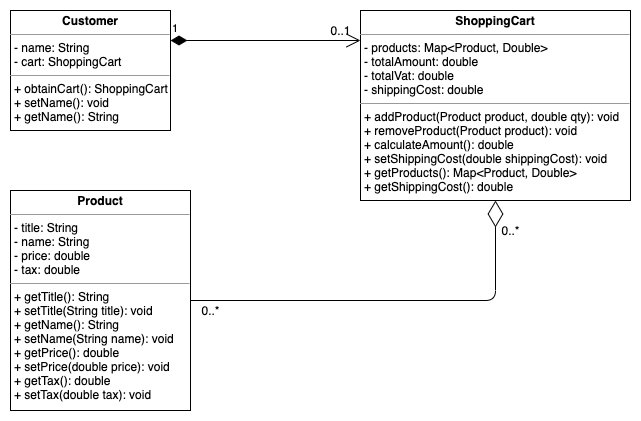
Before: shopping-cart.png, a diagram exported from draw.io (pramodya1994/simple-shopping-cart). Source tidied: cells renumbered, new cells last; positions are measured from the earlier drawing's top-left corner, leaving out a move shared by most shapes. Its diagram source:
```xml
<mxGraphModel>
  <root>
    <mxCell id="0" />
    <mxCell id="1" parent="0" />
    <mxCell id="2" value="&lt;p style=&quot;margin: 0px ; margin-top: 4px ; text-align: center&quot;&gt;&lt;b&gt;Customer&lt;/b&gt;&lt;/p&gt;&lt;hr size=&quot;1&quot;&gt;&lt;p style=&quot;margin: 0px ; margin-left: 4px&quot;&gt;- name: String&lt;/p&gt;&lt;p style=&quot;margin: 0px ; margin-left: 4px&quot;&gt;- cart: ShoppingCart&lt;/p&gt;&lt;hr size=&quot;1&quot;&gt;&lt;p style=&quot;margin: 0px ; margin-left: 4px&quot;&gt;+ obtainCart(): ShoppingCart&lt;/p&gt;&lt;p style=&quot;margin: 0px ; margin-left: 4px&quot;&gt;+&amp;nbsp;setName(): void&lt;/p&gt;&lt;p style=&quot;margin: 0px ; margin-left: 4px&quot;&gt;+&amp;nbsp;getName(): String&lt;/p&gt;" style="verticalAlign=top;align=left;overflow=fill;fontSize=12;fontFamily=Helvetica;html=1;" parent="1" vertex="1">
      <mxGeometry width="160" height="120" as="geometry" />
    </mxCell>
    <mxCell id="3" value="&lt;p style=&quot;margin: 0px ; margin-top: 4px ; text-align: center&quot;&gt;&lt;b&gt;ShoppingCart&lt;/b&gt;&lt;br&gt;&lt;/p&gt;&lt;hr size=&quot;1&quot;&gt;&lt;p style=&quot;margin: 0px ; margin-left: 4px&quot;&gt;- products: Map&amp;lt;Product, Double&amp;gt;&lt;/p&gt;&lt;p style=&quot;margin: 0px ; margin-left: 4px&quot;&gt;-&amp;nbsp;totalAmount: double&lt;/p&gt;&lt;p style=&quot;margin: 0px ; margin-left: 4px&quot;&gt;-&amp;nbsp;totalVat: double&lt;/p&gt;&lt;p style=&quot;margin: 0px ; margin-left: 4px&quot;&gt;-&amp;nbsp;shippingCost: double&lt;/p&gt;&lt;hr size=&quot;1&quot;&gt;&lt;p style=&quot;margin: 0px ; margin-left: 4px&quot;&gt;+ addProduct(Product product, double qty): void&lt;/p&gt;&lt;p style=&quot;margin: 0px ; margin-left: 4px&quot;&gt;+&amp;nbsp;removeProduct(Product product): void&lt;/p&gt;&lt;p style=&quot;margin: 0px ; margin-left: 4px&quot;&gt;+&amp;nbsp;calculateAmount(): double&lt;/p&gt;&lt;p style=&quot;margin: 0px ; margin-left: 4px&quot;&gt;+&amp;nbsp;setShippingCost(double shippingCost): void&lt;/p&gt;&lt;p style=&quot;margin: 0px ; margin-left: 4px&quot;&gt;+&amp;nbsp;getProducts():&amp;nbsp;Map&amp;lt;Product, Double&amp;gt;&lt;/p&gt;&lt;p style=&quot;margin: 0px ; margin-left: 4px&quot;&gt;+&amp;nbsp;getShippingCost(): double&lt;/p&gt;" style="verticalAlign=top;align=left;overflow=fill;fontSize=12;fontFamily=Helvetica;html=1;" parent="1" vertex="1">
      <mxGeometry x="350" width="270" height="190" as="geometry" />
    </mxCell>
    <mxCell id="4" style="endArrow=diamondThin;endFill=0;endSize=24;html=1;exitX=1;exitY=0.5;exitDx=0;exitDy=0;entryX=0.5;entryY=1;entryDx=0;entryDy=0;" parent="1" edge="1" source="6" target="3">
      <mxGeometry relative="1" as="geometry">
        <Array as="points">
          <mxPoint x="485" y="290" />
        </Array>
      </mxGeometry>
    </mxCell>
    <mxCell id="5" value="0..1" style="text;html=1;align=center;verticalAlign=middle;strokeColor=none;" parent="1" vertex="1">
      <mxGeometry x="310" y="10" width="40" height="20" as="geometry" />
    </mxCell>
    <mxCell id="6" value="&lt;p style=&quot;margin: 0px ; margin-top: 4px ; text-align: center&quot;&gt;&lt;b&gt;Product&lt;/b&gt;&lt;/p&gt;&lt;hr size=&quot;1&quot;&gt;&lt;p style=&quot;margin: 0px ; margin-left: 4px&quot;&gt;- title: String&lt;/p&gt;&lt;p style=&quot;margin: 0px ; margin-left: 4px&quot;&gt;- name: String&lt;br&gt;&lt;/p&gt;&lt;p style=&quot;margin: 0px ; margin-left: 4px&quot;&gt;- price: double&lt;/p&gt;&lt;p style=&quot;margin: 0px ; margin-left: 4px&quot;&gt;- tax: double&lt;/p&gt;&lt;hr size=&quot;1&quot;&gt;&lt;p style=&quot;margin: 0px ; margin-left: 4px&quot;&gt;+ getTitle(): String&lt;/p&gt;&lt;p style=&quot;margin: 0px ; margin-left: 4px&quot;&gt;+&amp;nbsp;setTitle(String title): void&lt;/p&gt;&lt;p style=&quot;margin: 0px ; margin-left: 4px&quot;&gt;+ getName(): String&lt;/p&gt;&lt;p style=&quot;margin: 0px ; margin-left: 4px&quot;&gt;+ setName(String name): void&lt;/p&gt;&lt;p style=&quot;margin: 0px ; margin-left: 4px&quot;&gt;+&amp;nbsp;getPrice(): double&lt;/p&gt;&lt;p style=&quot;margin: 0px ; margin-left: 4px&quot;&gt;+ setPrice(double price): void&lt;/p&gt;&lt;p style=&quot;margin: 0px ; margin-left: 4px&quot;&gt;+ getTax(): double&lt;/p&gt;&lt;p style=&quot;margin: 0px ; margin-left: 4px&quot;&gt;+ setTax(double tax): void&lt;/p&gt;" style="verticalAlign=top;align=left;overflow=fill;fontSize=12;fontFamily=Helvetica;html=1;" parent="1" vertex="1">
      <mxGeometry y="180" width="180" height="220" as="geometry" />
    </mxCell>
    <mxCell id="7" value="0..*" style="text;html=1;align=center;verticalAlign=middle;strokeColor=none;" parent="1" vertex="1">
      <mxGeometry x="485" y="210" width="30" height="20" as="geometry" />
    </mxCell>
    <mxCell id="8" value="0..*" style="text;html=1;align=center;verticalAlign=middle;strokeColor=none;" parent="1" vertex="1">
      <mxGeometry x="185" y="290" width="30" height="20" as="geometry" />
    </mxCell>
    <mxCell id="9" value="1" style="endArrow=open;html=1;endSize=12;startArrow=diamondThin;startSize=14;startFill=1;edgeStyle=orthogonalEdgeStyle;align=left;verticalAlign=bottom;exitX=1;exitY=0.25;exitDx=0;exitDy=0;" parent="1" edge="1" source="2">
      <mxGeometry x="-1" y="3" relative="1" as="geometry">
        <mxPoint x="350" y="30" as="targetPoint" />
      </mxGeometry>
    </mxCell>
  </root>
</mxGraphModel>
```
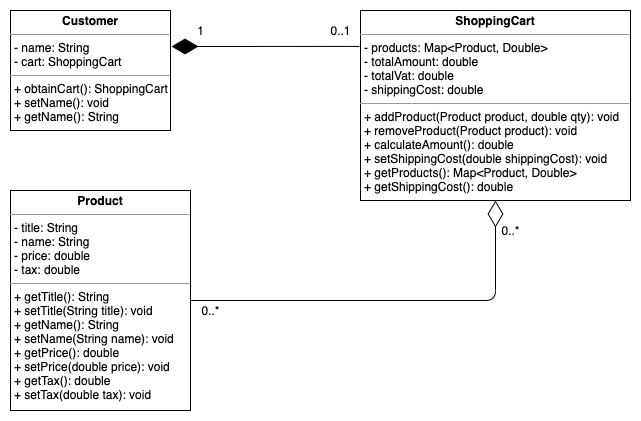
The same diagram one commit later.

Commit message:
Replace class diagram

Change to the diagram source:
```diff
@@ -27,10 +27,13 @@
     <mxCell id="8" value="0..*" style="text;html=1;align=center;verticalAlign=middle;strokeColor=none;" parent="1" vertex="1">
       <mxGeometry x="185" y="290" width="30" height="20" as="geometry" />
     </mxCell>
+    <mxCell id="10" style="endArrow=diamondThin;endFill=1;endSize=24;html=1;exitX=-0.004;exitY=0.189;exitDx=0;exitDy=0;exitPerimeter=0;" parent="1" edge="1" source="3">
+      <mxGeometry relative="1" as="geometry">
+        <mxPoint x="161" y="36" as="targetPoint" />
+      </mxGeometry>
+    </mxCell>
-    <mxCell id="9" value="1" style="endArrow=open;html=1;endSize=12;startArrow=diamondThin;startSize=14;startFill=1;edgeStyle=orthogonalEdgeStyle;align=left;verticalAlign=bottom;exitX=1;exitY=0.25;exitDx=0;exitDy=0;" parent="1" edge="1" source="2">
-      <mxGeometry x="-1" y="3" relative="1" as="geometry">
-        <mxPoint x="350" y="30" as="targetPoint" />
-      </mxGeometry>
+    <mxCell id="9" value="1" style="text;html=1;align=center;verticalAlign=middle;strokeColor=none;rotation=0;" parent="1" vertex="1">
+      <mxGeometry x="180" y="10" width="20" height="20" as="geometry" />
     </mxCell>
   </root>
 </mxGraphModel>
```
